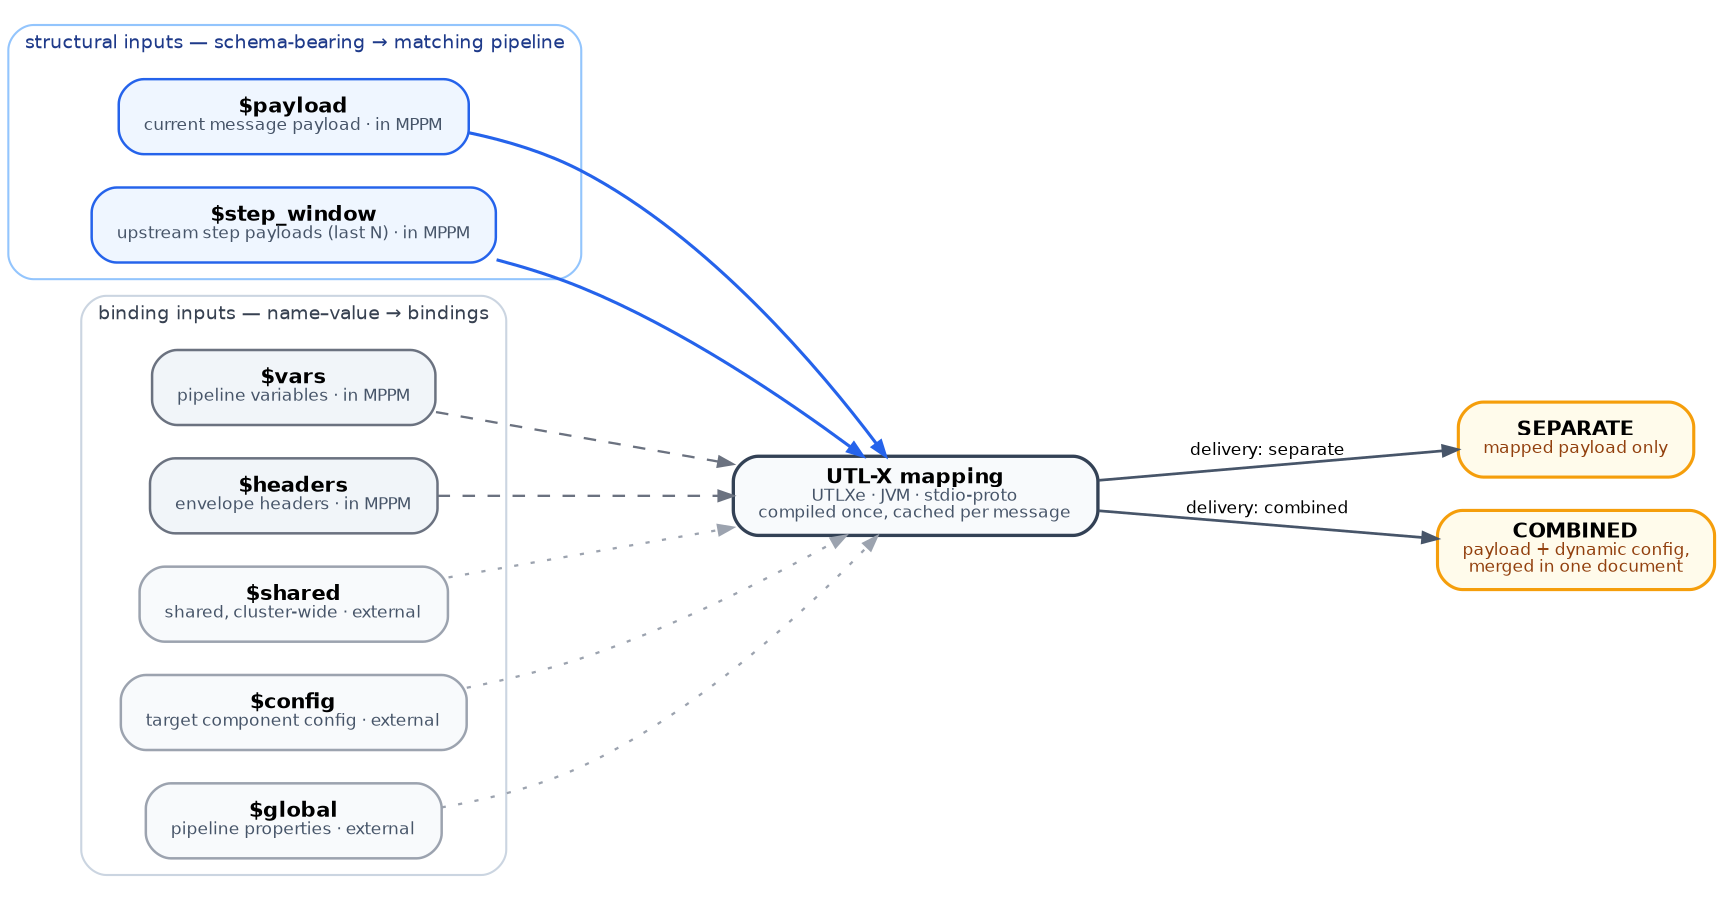
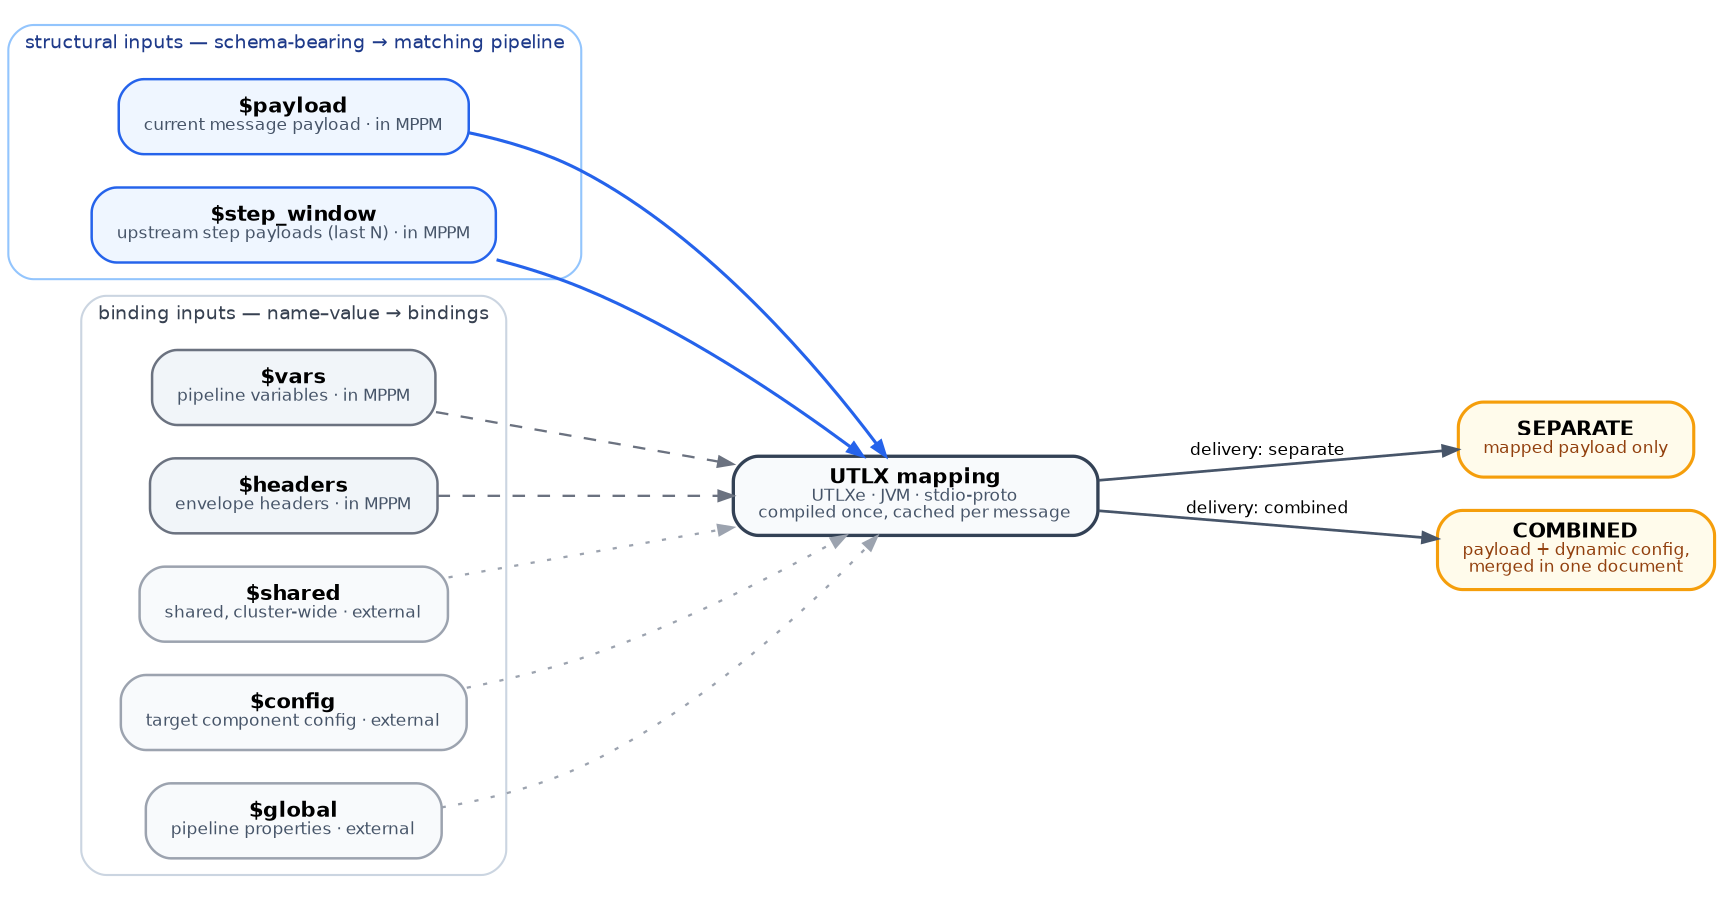
// The seven Open-M mapping-context inputs, typed by the book's theory:
//   two structural (schema-bearing) inputs -> matching pipeline;
//   five flat name-value inputs -> bindings.
// Mapping (UTLXe) -> output in SEPARATE or COMBINED delivery mode.
// Render: dot -Tsvg open-m-context.dot -o open-m-context.svg
digraph open_m_context {
  rankdir=LR; bgcolor="transparent"; compound=true; nodesep=0.22; ranksep=1.1;
  node [shape=box, style="rounded,filled", fontname="Helvetica", fontsize=10,
        penwidth=1.2, margin="0.16,0.08"];
  edge [fontname="Helvetica", fontsize=8, color="#94a3b8", penwidth=1.1, arrowsize=0.7];

  // ── structural inputs (schema-bearing → enter the matching pipeline) ──
  subgraph cluster_struct {
    label="structural inputs — schema-bearing → matching pipeline";
    fontname="Helvetica"; fontsize=9; fontcolor="#1e3a8a"; style="rounded"; color="#93c5fd";
    payload  [label=<<b>$payload</b><br/><font point-size="8" color="#475569">current message payload · in MPPM</font>>,
              color="#2563eb", fillcolor="#eff6ff"];
    stepwin  [label=<<b>$step_window</b><br/><font point-size="8" color="#475569">upstream step payloads (last N) · in MPPM</font>>,
              color="#2563eb", fillcolor="#eff6ff"];
  }

  // ── binding inputs (flat name–value → bindings, no structural alignment) ──
  subgraph cluster_bind {
    label="binding inputs — name–value → bindings";
    fontname="Helvetica"; fontsize=9; fontcolor="#374151"; style="rounded"; color="#cbd5e1";
    vars     [label=<<b>$vars</b><br/><font point-size="8" color="#475569">pipeline variables · in MPPM</font>>,
              color="#6b7280", fillcolor="#f1f5f9"];
    headers  [label=<<b>$headers</b><br/><font point-size="8" color="#475569">envelope headers · in MPPM</font>>,
              color="#6b7280", fillcolor="#f1f5f9"];
    shared   [label=<<b>$shared</b><br/><font point-size="8" color="#475569">shared, cluster-wide · external</font>>,
              color="#9ca3af", fillcolor="#f8fafc"];
    config   [label=<<b>$config</b><br/><font point-size="8" color="#475569">target component config · external</font>>,
              color="#9ca3af", fillcolor="#f8fafc"];
    global   [label=<<b>$global</b><br/><font point-size="8" color="#475569">pipeline properties · external</font>>,
              color="#9ca3af", fillcolor="#f8fafc"];
  }

  // ── the mapping (UTLXe) ──
-   mapping [label=<<b>UTL-X mapping</b><br/><font point-size="8" color="#475569">UTLXe · JVM · stdio-proto<br/>compiled once, cached per message</font>>,
+   mapping [label=<<b>UTLX mapping</b><br/><font point-size="8" color="#475569">UTLXe · JVM · stdio-proto<br/>compiled once, cached per message</font>>,
           shape=box, style="rounded,filled", color="#334155", fillcolor="#f8fafc", penwidth=1.6];

  // ── outputs: two delivery modes ──
  sep [label=<<b>SEPARATE</b><br/><font point-size="8" color="#92400e">mapped payload only</font>>,
       color="#f59e0b", fillcolor="#fffbeb", penwidth=1.5];
  com [label=<<b>COMBINED</b><br/><font point-size="8" color="#92400e">payload + dynamic config,<br/>merged in one document</font>>,
       color="#f59e0b", fillcolor="#fffbeb", penwidth=1.5];

  // edges: structural (solid blue), bindings (dashed grey)
  payload -> mapping [color="#2563eb", penwidth=1.5];
  stepwin -> mapping [color="#2563eb", penwidth=1.5];
  vars    -> mapping [color="#6b7280", style=dashed];
  headers -> mapping [color="#6b7280", style=dashed];
  shared  -> mapping [color="#9ca3af", style=dotted];
  config  -> mapping [color="#9ca3af", style=dotted];
  global  -> mapping [color="#9ca3af", style=dotted];

  mapping -> sep [label=" delivery: separate ", color="#475569", penwidth=1.3];
  mapping -> com [label=" delivery: combined ", color="#475569", penwidth=1.3];
}
